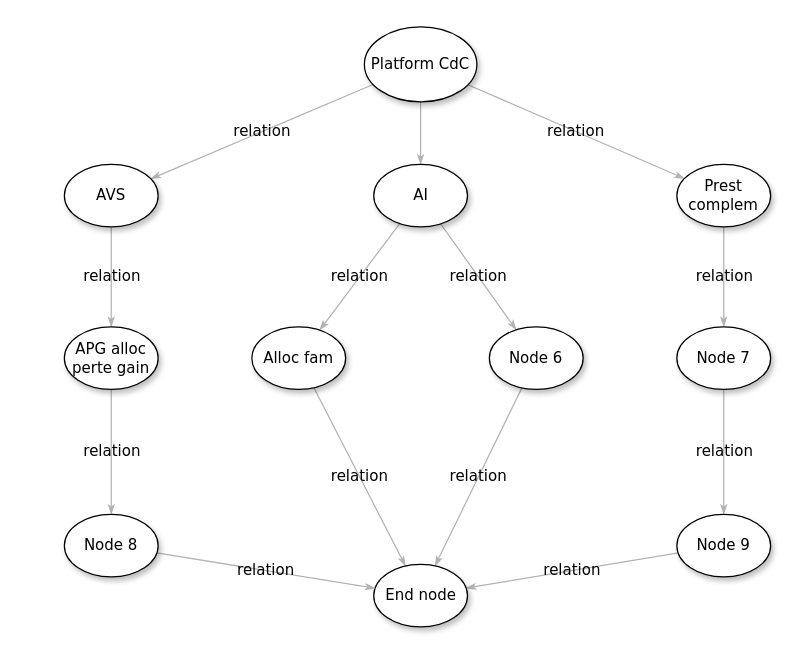
This is page "LandscapeAssurances" (1 of 2) of CdC-context.drawio from Helena-Zuk/github-slideshow, a draw.io file, before an edit. Source tidied: cells renumbered, new cells numbered last; positions are measured from the earlier drawing's top-left corner, leaving out a move shared by most shapes. Both pictures are drawn from the tidied source at 125%, with x=0, y=0 at pixel (64, 26).
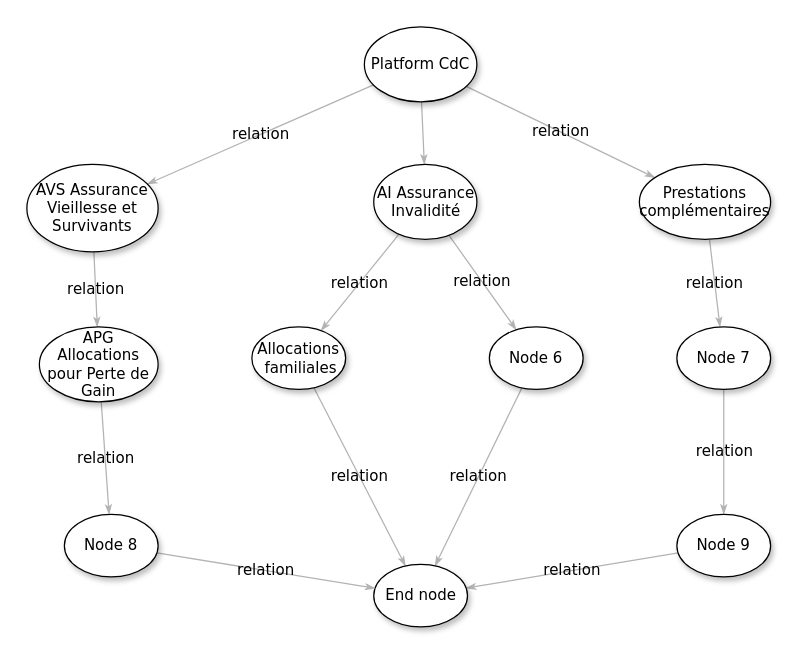
The same page after the edit.

Diff of the diagram source:
```diff
@@
-    <mxCell id="8" value="&lt;span&gt;AI&lt;/span&gt;" style="ellipse;whiteSpace=wrap;html=1;rounded=0;shadow=1;comic=0;labelBackgroundColor=none;strokeWidth=1;fontFamily=Verdana;fontSize=12;align=center;" parent="1" vertex="1">
-      <mxGeometry x="247.5" y="110" width="75" height="50" as="geometry" />
+    <mxCell id="8" value="&lt;span&gt;AI Assurance Invalidité&lt;/span&gt;" style="ellipse;whiteSpace=wrap;html=1;rounded=0;shadow=1;comic=0;labelBackgroundColor=none;strokeWidth=1;fontFamily=Verdana;fontSize=12;align=center;" parent="1" vertex="1">
+      <mxGeometry x="247.5" y="110" width="82.5" height="60" as="geometry" />
     </mxCell>
@@
-    <mxCell id="10" value="&lt;span&gt;Prest complem&lt;/span&gt;" style="ellipse;whiteSpace=wrap;html=1;rounded=0;shadow=1;comic=0;labelBackgroundColor=none;strokeWidth=1;fontFamily=Verdana;fontSize=12;align=center;" parent="1" vertex="1">
-      <mxGeometry x="490" y="110" width="75" height="50" as="geometry" />
+    <mxCell id="10" value="&lt;span&gt;Prestations complémentaires&lt;/span&gt;" style="ellipse;whiteSpace=wrap;html=1;rounded=0;shadow=1;comic=0;labelBackgroundColor=none;strokeWidth=1;fontFamily=Verdana;fontSize=12;align=center;" parent="1" vertex="1">
+      <mxGeometry x="460" y="110" width="105" height="60" as="geometry" />
     </mxCell>
@@
-    <mxCell id="18" value="&lt;span&gt;Alloc fam&lt;/span&gt;" style="ellipse;whiteSpace=wrap;html=1;rounded=0;shadow=1;comic=0;labelBackgroundColor=none;strokeWidth=1;fontFamily=Verdana;fontSize=12;align=center;" parent="1" vertex="1">
+    <mxCell id="18" value="&lt;span&gt;Allocations &amp;nbsp;familiales&lt;/span&gt;" style="ellipse;whiteSpace=wrap;html=1;rounded=0;shadow=1;comic=0;labelBackgroundColor=none;strokeWidth=1;fontFamily=Verdana;fontSize=12;align=center;" parent="1" vertex="1">
       <mxGeometry x="150" y="240" width="75" height="50" as="geometry" />
     </mxCell>
@@
-    <mxCell id="21" value="AVS" style="ellipse;whiteSpace=wrap;html=1;rounded=0;shadow=1;comic=0;labelBackgroundColor=none;strokeWidth=1;fontFamily=Verdana;fontSize=12;align=center;" parent="1" vertex="1">
-      <mxGeometry y="110" width="75" height="50" as="geometry" />
+    <mxCell id="21" value="AVS Assurance Vieillesse et Survivants" style="ellipse;whiteSpace=wrap;html=1;rounded=0;shadow=1;comic=0;labelBackgroundColor=none;strokeWidth=1;fontFamily=Verdana;fontSize=12;align=center;" parent="1" vertex="1">
+      <mxGeometry x="-30" y="110" width="105" height="70" as="geometry" />
     </mxCell>
@@
-    <mxCell id="23" value="&lt;span&gt;APG alloc perte gain&lt;/span&gt;" style="ellipse;whiteSpace=wrap;html=1;rounded=0;shadow=1;comic=0;labelBackgroundColor=none;strokeWidth=1;fontFamily=Verdana;fontSize=12;align=center;" parent="1" vertex="1">
-      <mxGeometry y="240" width="75" height="50" as="geometry" />
+    <mxCell id="23" value="&lt;span&gt;APG Allocations pour Perte de Gain&lt;/span&gt;" style="ellipse;whiteSpace=wrap;html=1;rounded=0;shadow=1;comic=0;labelBackgroundColor=none;strokeWidth=1;fontFamily=Verdana;fontSize=12;align=center;" parent="1" vertex="1">
+      <mxGeometry x="-20" y="240" width="95" height="60" as="geometry" />
     </mxCell>
```
